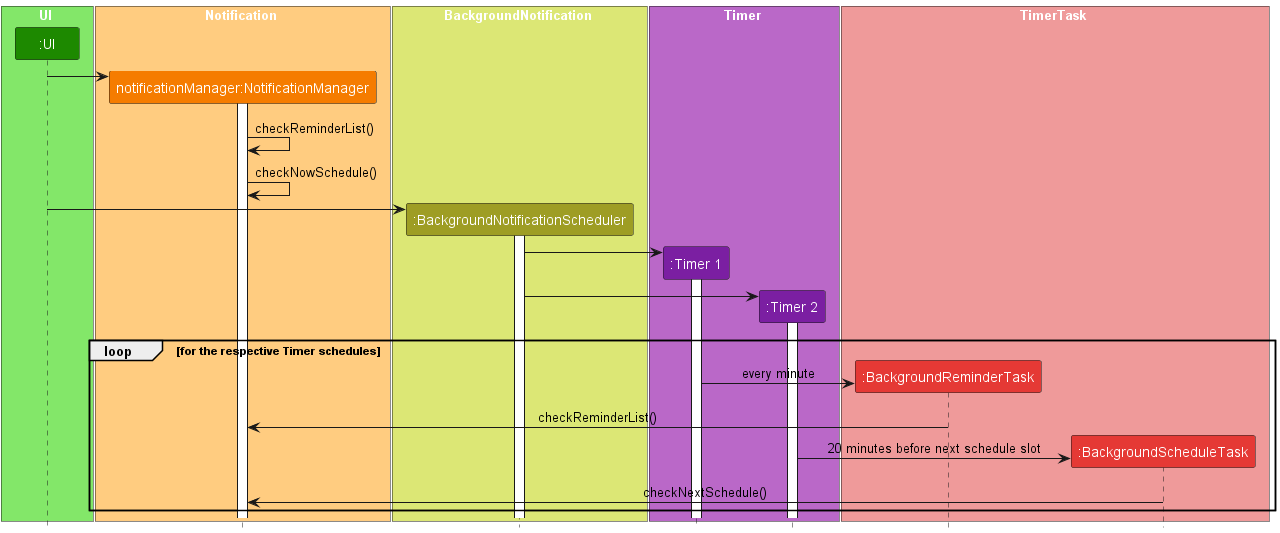
nus-cs2103-AY2223S2/tp keeps this PlantUML diagram as docs/images/NotificationSequenceDiagram.png. Above is the earlier version. Its diagram source:
```plantuml
@startuml
!include style.puml

box UI UI_COLOR_T1
participant ":UI" as UI UI_COLOR
end box

box Notification #FFCC80
participant "notificationManager:NotificationManager" as NotificationManager #F57C00
end box

box BackgroundNotification #DCE775
participant ":BackgroundNotificationScheduler" as BackgroundNotificationScheduler #9E9D24
end box

box Timer #BA68C8
participant ":Timer 1" as Timer1 #7B1FA2
participant ":Timer 2" as Timer2 #7B1FA2
end box

box TimerTask #EF9A9A
participant ":BackgroundReminderTask" as BackgroundReminderTask #E53935
participant ":BackgroundScheduleTask" as BackgroundScheduleTask #E53935
end box


create NotificationManager
UI-> NotificationManager
activate NotificationManager

NotificationManager -> NotificationManager : checkReminderList()
NotificationManager -> NotificationManager : checkNowSchedule()

create BackgroundNotificationScheduler
UI -> BackgroundNotificationScheduler
activate BackgroundNotificationScheduler


create Timer1
BackgroundNotificationScheduler -> Timer1
activate Timer1

create Timer2
BackgroundNotificationScheduler -> Timer2
activate Timer2

loop for the respective Timer schedules
create BackgroundReminderTask
Timer1 -> BackgroundReminderTask : every minute
BackgroundReminderTask -> NotificationManager : checkReminderList()

create BackgroundScheduleTask
Timer2 -> BackgroundScheduleTask : 20 minutes before next schedule slot
BackgroundScheduleTask -> NotificationManager : checkNextSchedule()

end loop







@enduml
```
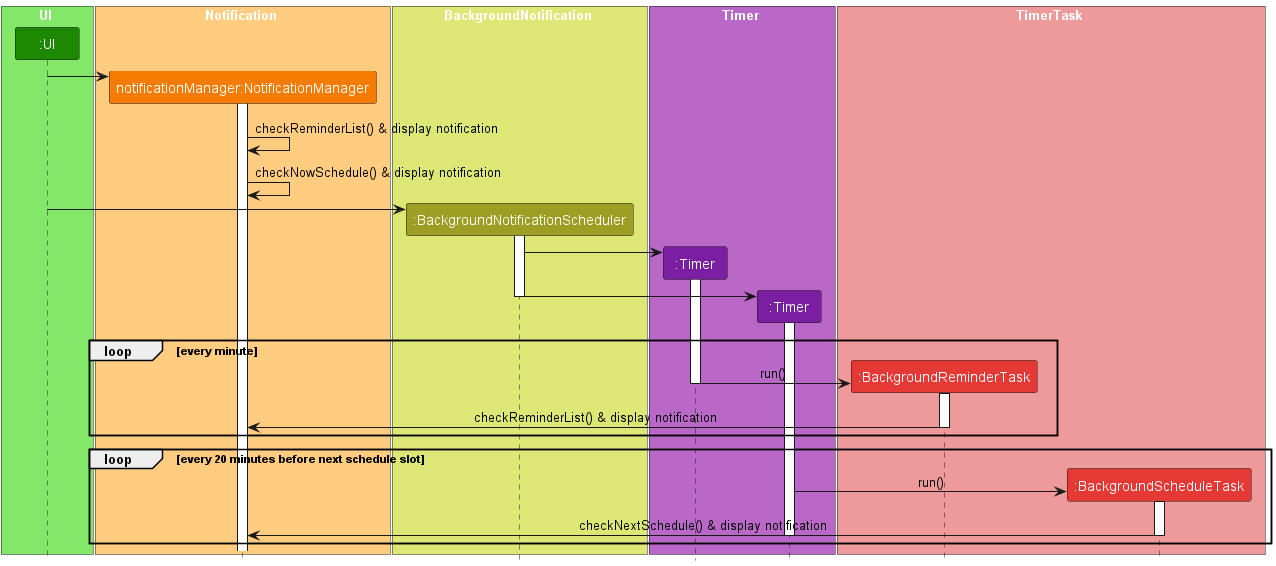
The same diagram one commit later.

Commit message:
Add manual test case for Notifications. Update NotificationSequenceDiagram and UiClassDiagram

Diff of the diagram source:
```diff
@@ -14,8 +14,8 @@
 end box
 
 box Timer #BA68C8
-participant ":Timer 1" as Timer1 #7B1FA2
-participant ":Timer 2" as Timer2 #7B1FA2
+participant ":Timer" as Timer1 #7B1FA2
+participant ":Timer" as Timer2 #7B1FA2
 end box
 
 box TimerTask #EF9A9A
@@ -28,8 +28,8 @@
 UI-> NotificationManager
 activate NotificationManager
 
-NotificationManager -> NotificationManager : checkReminderList()
-NotificationManager -> NotificationManager : checkNowSchedule()
+NotificationManager -> NotificationManager : checkReminderList() & display notification
+NotificationManager -> NotificationManager : checkNowSchedule() & display notification
 
 create BackgroundNotificationScheduler
 UI -> BackgroundNotificationScheduler
@@ -43,22 +43,27 @@
 create Timer2
 BackgroundNotificationScheduler -> Timer2
 activate Timer2
+deactivate BackgroundNotificationScheduler
 
-loop for the respective Timer schedules
+loop every minute
 create BackgroundReminderTask
-Timer1 -> BackgroundReminderTask : every minute
-BackgroundReminderTask -> NotificationManager : checkReminderList()
-
-create BackgroundScheduleTask
-Timer2 -> BackgroundScheduleTask : 20 minutes before next schedule slot
-BackgroundScheduleTask -> NotificationManager : checkNextSchedule()
+Timer1 -> BackgroundReminderTask :  run()
+deactivate Timer1
+activate BackgroundReminderTask
+BackgroundReminderTask -> NotificationManager : checkReminderList() & display notification
+deactivate BackgroundReminderTask
 
 end loop
 
+loop every 20 minutes before next schedule slot
+create BackgroundScheduleTask
+Timer2 -> BackgroundScheduleTask : run()
+activate BackgroundScheduleTask
+BackgroundScheduleTask -> NotificationManager : checkNextSchedule() & display notification
+deactivate BackgroundScheduleTask
 
 
-
-
-
+deactivate Timer2
+end loop
 
 @enduml
```
